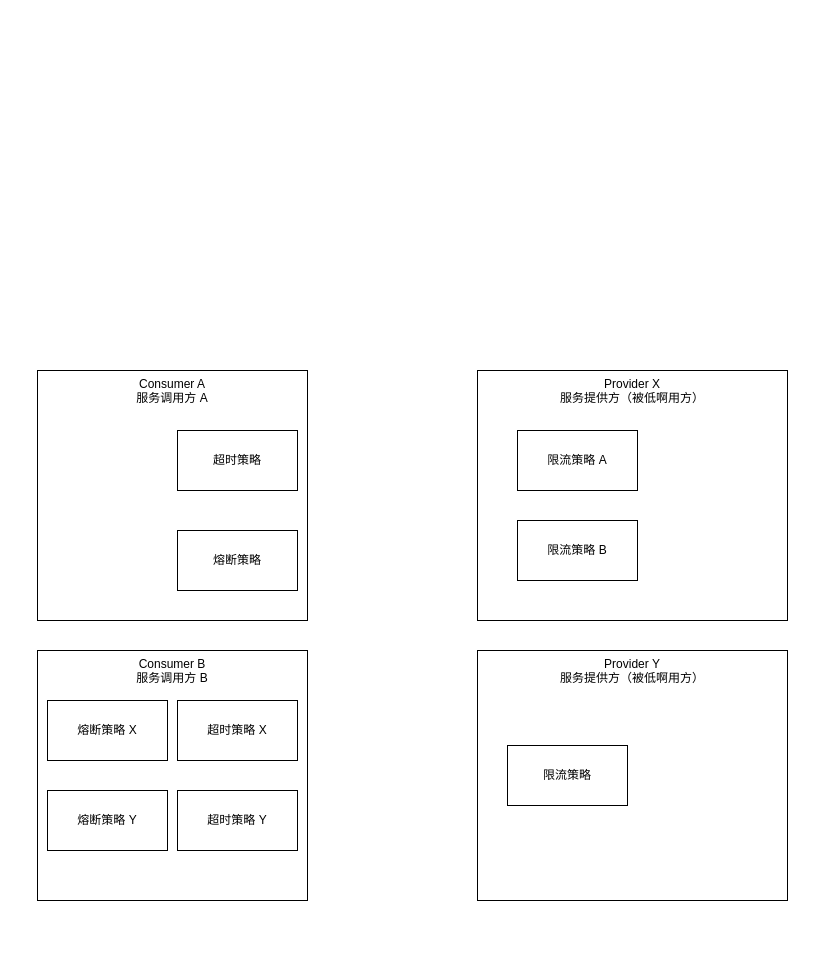
The draw.io diagram 熔断、超时、限流和降级.drawio in catface996/images, before the edit. Source tidied: cells renumbered, new cells numbered last; positions are measured from the earlier drawing's top-left corner, leaving out a move shared by most shapes. Both pictures are drawn from the tidied source at 100%, with x=0, y=0 at pixel (37, 370).
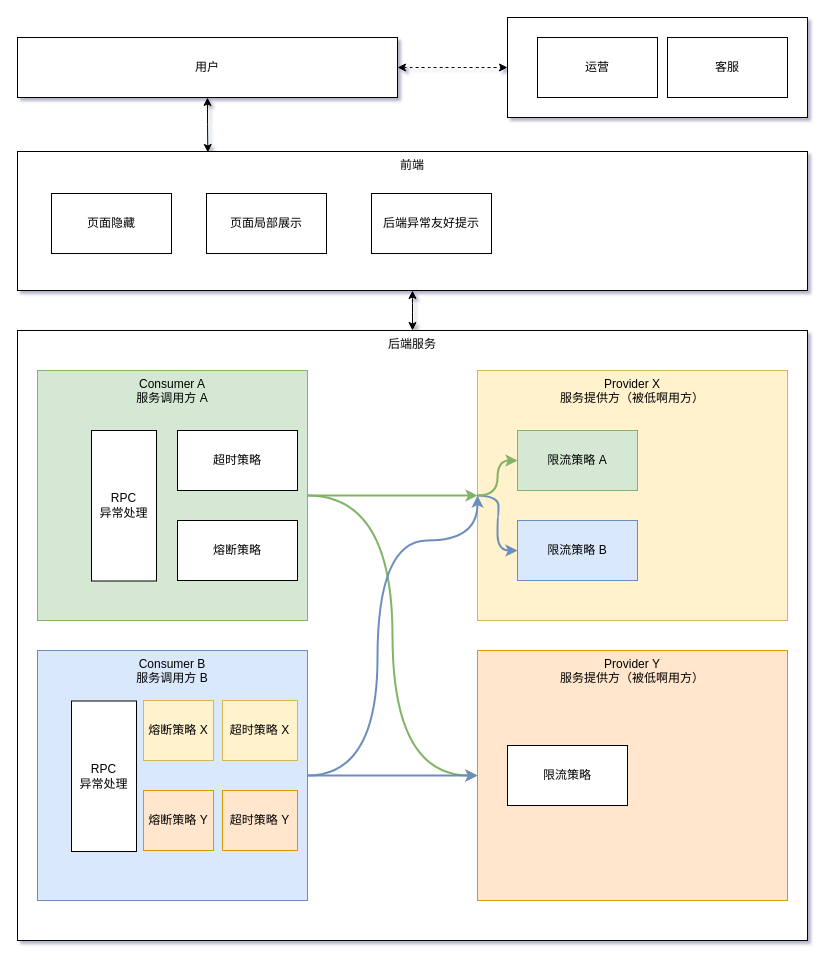
The same diagram, later.

Commit message:
更新熔断、超时、限流和降级.drawio

What changed in the source:
```diff
@@
-<mxGraphModel>
+<mxGraphModel shadow="1">
@@
+    <mxCell id="15" value="后端服务" style="rounded=0;whiteSpace=wrap;html=1;verticalAlign=top;" parent="1" vertex="1">
+      <mxGeometry x="-20" y="-40" width="790" height="610" as="geometry" />
+    </mxCell>
+    <mxCell id="3" value="Provider X&lt;br&gt;服务提供方（被低啊用方）" style="rounded=0;whiteSpace=wrap;html=1;verticalAlign=top;fillColor=#fff2cc;strokeColor=#d6b656;" parent="1" vertex="1">
+      <mxGeometry x="440" width="310" height="250" as="geometry" />
+    </mxCell>
+    <mxCell id="16" style="edgeStyle=orthogonalEdgeStyle;curved=1;rounded=0;jettySize=auto;html=1;entryX=0;entryY=0.5;entryDx=0;entryDy=0;startArrow=none;startFill=0;endArrow=classic;endFill=1;fillColor=#d5e8d4;strokeColor=#82b366;strokeWidth=2;" parent="1" edge="1" source="2" target="11">
+      <mxGeometry relative="1" as="geometry" />
+    </mxCell>
-    <mxCell id="2" value="Consumer A&lt;br&gt;服务调用方 A" style="rounded=0;whiteSpace=wrap;html=1;verticalAlign=top;" parent="1" vertex="1">
+    <mxCell id="2" value="Consumer A&lt;br&gt;服务调用方 A" style="rounded=0;whiteSpace=wrap;html=1;verticalAlign=top;fillColor=#d5e8d4;strokeColor=#82b366;" parent="1" vertex="1">
       <mxGeometry width="270" height="250" as="geometry" />
     </mxCell>
-    <mxCell id="3" value="Provider X&lt;br&gt;服务提供方（被低啊用方）" style="rounded=0;whiteSpace=wrap;html=1;verticalAlign=top;" parent="1" vertex="1">
-      <mxGeometry x="440" width="310" height="250" as="geometry" />
-    </mxCell>
+    <mxCell id="17" style="edgeStyle=orthogonalEdgeStyle;curved=1;rounded=0;jettySize=auto;html=1;entryX=0;entryY=0.5;entryDx=0;entryDy=0;startArrow=none;startFill=0;endArrow=classic;endFill=1;fillColor=#dae8fc;strokeColor=#6c8ebf;strokeWidth=2;" parent="1" edge="1" target="7">
+      <mxGeometry relative="1" as="geometry">
+        <mxPoint x="440" y="125" as="sourcePoint" />
+      </mxGeometry>
+    </mxCell>
+    <mxCell id="18" style="edgeStyle=orthogonalEdgeStyle;rounded=0;jettySize=auto;html=1;entryX=0;entryY=0.5;entryDx=0;entryDy=0;curved=1;exitX=1;exitY=0.5;exitDx=0;exitDy=0;fillColor=#d5e8d4;strokeColor=#82b366;strokeWidth=2;" parent="1" edge="1" source="2" target="3">
+      <mxGeometry relative="1" as="geometry" />
+    </mxCell>
@@
     <mxCell id="5" value="熔断策略" style="rounded=0;whiteSpace=wrap;html=1;" parent="1" vertex="1">
-      <mxGeometry x="140" y="160" width="120" height="60" as="geometry" />
+      <mxGeometry x="140" y="150" width="120" height="60" as="geometry" />
     </mxCell>
+    <mxCell id="19" style="edgeStyle=orthogonalEdgeStyle;curved=1;rounded=0;jettySize=auto;html=1;entryX=0;entryY=0.5;entryDx=0;entryDy=0;exitX=0;exitY=0.5;exitDx=0;exitDy=0;startArrow=classic;startFill=1;endArrow=none;endFill=0;fillColor=#d5e8d4;strokeColor=#82b366;strokeWidth=2;" parent="1" edge="1" source="6" target="3">
+      <mxGeometry relative="1" as="geometry">
+        <Array as="points">
+          <mxPoint x="460" y="90" />
+          <mxPoint x="460" y="125" />
+        </Array>
+      </mxGeometry>
+    </mxCell>
-    <mxCell id="6" value="限流策略 A" style="rounded=0;whiteSpace=wrap;html=1;" parent="1" vertex="1">
+    <mxCell id="6" value="限流策略 A" style="rounded=0;whiteSpace=wrap;html=1;fillColor=#d5e8d4;strokeColor=#82b366;" parent="1" vertex="1">
       <mxGeometry x="480" y="60" width="120" height="60" as="geometry" />
     </mxCell>
-    <mxCell id="7" value="限流策略 B" style="rounded=0;whiteSpace=wrap;html=1;" parent="1" vertex="1">
+    <mxCell id="7" value="限流策略 B" style="rounded=0;whiteSpace=wrap;html=1;fillColor=#dae8fc;strokeColor=#6c8ebf;" parent="1" vertex="1">
       <mxGeometry x="480" y="150" width="120" height="60" as="geometry" />
     </mxCell>
+    <mxCell id="20" style="edgeStyle=orthogonalEdgeStyle;curved=1;rounded=0;jettySize=auto;html=1;startArrow=none;startFill=0;endArrow=classic;endFill=1;exitX=1;exitY=0.5;exitDx=0;exitDy=0;entryX=0;entryY=0.5;entryDx=0;entryDy=0;fillColor=#dae8fc;strokeColor=#6c8ebf;strokeWidth=2;" parent="1" edge="1" source="8" target="3">
+      <mxGeometry relative="1" as="geometry">
+        <Array as="points">
+          <mxPoint x="340" y="405" />
+          <mxPoint x="340" y="170" />
+          <mxPoint x="440" y="170" />
+        </Array>
+      </mxGeometry>
+    </mxCell>
+    <mxCell id="21" style="edgeStyle=orthogonalEdgeStyle;curved=1;rounded=0;jettySize=auto;html=1;entryX=0;entryY=0.5;entryDx=0;entryDy=0;startArrow=none;startFill=0;endArrow=classic;endFill=1;fillColor=#dae8fc;strokeColor=#6c8ebf;strokeWidth=2;" parent="1" edge="1" source="8" target="11">
+      <mxGeometry relative="1" as="geometry" />
+    </mxCell>
-    <mxCell id="8" value="Consumer B&lt;br&gt;服务调用方 B" style="rounded=0;whiteSpace=wrap;html=1;verticalAlign=top;" parent="1" vertex="1">
+    <mxCell id="8" value="Consumer B&lt;br&gt;服务调用方 B" style="rounded=0;whiteSpace=wrap;html=1;verticalAlign=top;fillColor=#dae8fc;strokeColor=#6c8ebf;" parent="1" vertex="1">
       <mxGeometry y="280" width="270" height="250" as="geometry" />
     </mxCell>
-    <mxCell id="9" value="超时策略 X" style="rounded=0;whiteSpace=wrap;html=1;" parent="1" vertex="1">
-      <mxGeometry x="140" y="330" width="120" height="60" as="geometry" />
+    <mxCell id="9" value="超时策略 X" style="rounded=0;whiteSpace=wrap;html=1;fillColor=#fff2cc;strokeColor=#d6b656;" parent="1" vertex="1">
+      <mxGeometry x="185" y="330" width="75" height="60" as="geometry" />
     </mxCell>
-    <mxCell id="10" value="熔断策略 X" style="rounded=0;whiteSpace=wrap;html=1;" parent="1" vertex="1">
-      <mxGeometry x="10" y="330" width="120" height="60" as="geometry" />
+    <mxCell id="10" value="熔断策略 X" style="rounded=0;whiteSpace=wrap;html=1;fillColor=#fff2cc;strokeColor=#d6b656;" parent="1" vertex="1">
+      <mxGeometry x="106" y="330" width="70" height="60" as="geometry" />
     </mxCell>
-    <mxCell id="11" value="Provider Y&lt;br&gt;服务提供方（被低啊用方）" style="rounded=0;whiteSpace=wrap;html=1;verticalAlign=top;" parent="1" vertex="1">
+    <mxCell id="11" value="Provider Y&lt;br&gt;服务提供方（被低啊用方）" style="rounded=0;whiteSpace=wrap;html=1;verticalAlign=top;fillColor=#ffe6cc;strokeColor=#d79b00;" parent="1" vertex="1">
       <mxGeometry x="440" y="280" width="310" height="250" as="geometry" />
     </mxCell>
@@
-    <mxCell id="13" value="超时策略 Y" style="rounded=0;whiteSpace=wrap;html=1;" parent="1" vertex="1">
-      <mxGeometry x="140" y="420" width="120" height="60" as="geometry" />
+    <mxCell id="13" value="超时策略 Y" style="rounded=0;whiteSpace=wrap;html=1;fillColor=#ffe6cc;strokeColor=#d79b00;" parent="1" vertex="1">
+      <mxGeometry x="185" y="420" width="75" height="60" as="geometry" />
     </mxCell>
-    <mxCell id="14" value="熔断策略 Y" style="rounded=0;whiteSpace=wrap;html=1;" parent="1" vertex="1">
-      <mxGeometry x="10" y="420" width="120" height="60" as="geometry" />
+    <mxCell id="14" value="熔断策略 Y" style="rounded=0;whiteSpace=wrap;html=1;fillColor=#ffe6cc;strokeColor=#d79b00;" parent="1" vertex="1">
+      <mxGeometry x="106" y="420" width="70" height="60" as="geometry" />
     </mxCell>
+    <mxCell id="22" style="edgeStyle=orthogonalEdgeStyle;curved=1;rounded=0;jettySize=auto;html=1;entryX=0.5;entryY=0;entryDx=0;entryDy=0;startArrow=classic;startFill=1;endArrow=classic;endFill=1;" parent="1" edge="1" source="23" target="15">
+      <mxGeometry relative="1" as="geometry" />
+    </mxCell>
+    <mxCell id="23" value="前端" style="rounded=0;whiteSpace=wrap;html=1;verticalAlign=top;" parent="1" vertex="1">
+      <mxGeometry x="-20" y="-219" width="790" height="139" as="geometry" />
+    </mxCell>
+    <mxCell id="24" style="edgeStyle=orthogonalEdgeStyle;curved=1;rounded=0;jettySize=auto;html=1;entryX=0.241;entryY=0.007;entryDx=0;entryDy=0;entryPerimeter=0;startArrow=classic;startFill=1;endArrow=classic;endFill=1;" parent="1" edge="1" source="26" target="23">
+      <mxGeometry relative="1" as="geometry" />
+    </mxCell>
+    <mxCell id="25" style="edgeStyle=orthogonalEdgeStyle;curved=1;rounded=0;jettySize=auto;html=1;entryX=0;entryY=0.5;entryDx=0;entryDy=0;startArrow=classic;startFill=1;endArrow=classic;endFill=1;dashed=1;" parent="1" edge="1" source="26" target="27">
+      <mxGeometry relative="1" as="geometry" />
+    </mxCell>
+    <mxCell id="26" value="用户" style="rounded=0;whiteSpace=wrap;html=1;" parent="1" vertex="1">
+      <mxGeometry x="-20" y="-333" width="380" height="60" as="geometry" />
+    </mxCell>
+    <mxCell id="27" style="rounded=0;whiteSpace=wrap;html=1;" parent="1" vertex="1">
+      <mxGeometry x="470" y="-353" width="300" height="100" as="geometry" />
+    </mxCell>
+    <mxCell id="28" value="运营" style="rounded=0;whiteSpace=wrap;html=1;" parent="1" vertex="1">
+      <mxGeometry x="500" y="-333" width="120" height="60" as="geometry" />
+    </mxCell>
+    <mxCell id="29" value="客服" style="rounded=0;whiteSpace=wrap;html=1;" parent="1" vertex="1">
+      <mxGeometry x="630" y="-333" width="120" height="60" as="geometry" />
+    </mxCell>
+    <mxCell id="30" value="页面隐藏" style="rounded=0;whiteSpace=wrap;html=1;" parent="1" vertex="1">
+      <mxGeometry x="14" y="-177" width="120" height="60" as="geometry" />
+    </mxCell>
+    <mxCell id="31" value="页面局部展示" style="rounded=0;whiteSpace=wrap;html=1;" parent="1" vertex="1">
+      <mxGeometry x="169" y="-177" width="120" height="60" as="geometry" />
+    </mxCell>
+    <mxCell id="32" value="后端异常友好提示" style="rounded=0;whiteSpace=wrap;html=1;" parent="1" vertex="1">
+      <mxGeometry x="334" y="-177" width="120" height="60" as="geometry" />
+    </mxCell>
+    <mxCell id="33" value="RPC&lt;br&gt;异常处理" style="rounded=0;whiteSpace=wrap;html=1;" parent="1" vertex="1">
+      <mxGeometry x="34" y="330.5" width="65" height="150.5" as="geometry" />
+    </mxCell>
+    <mxCell id="34" value="RPC&lt;br&gt;异常处理" style="rounded=0;whiteSpace=wrap;html=1;" parent="1" vertex="1">
+      <mxGeometry x="54" y="60" width="65" height="150.5" as="geometry" />
+    </mxCell>
```
